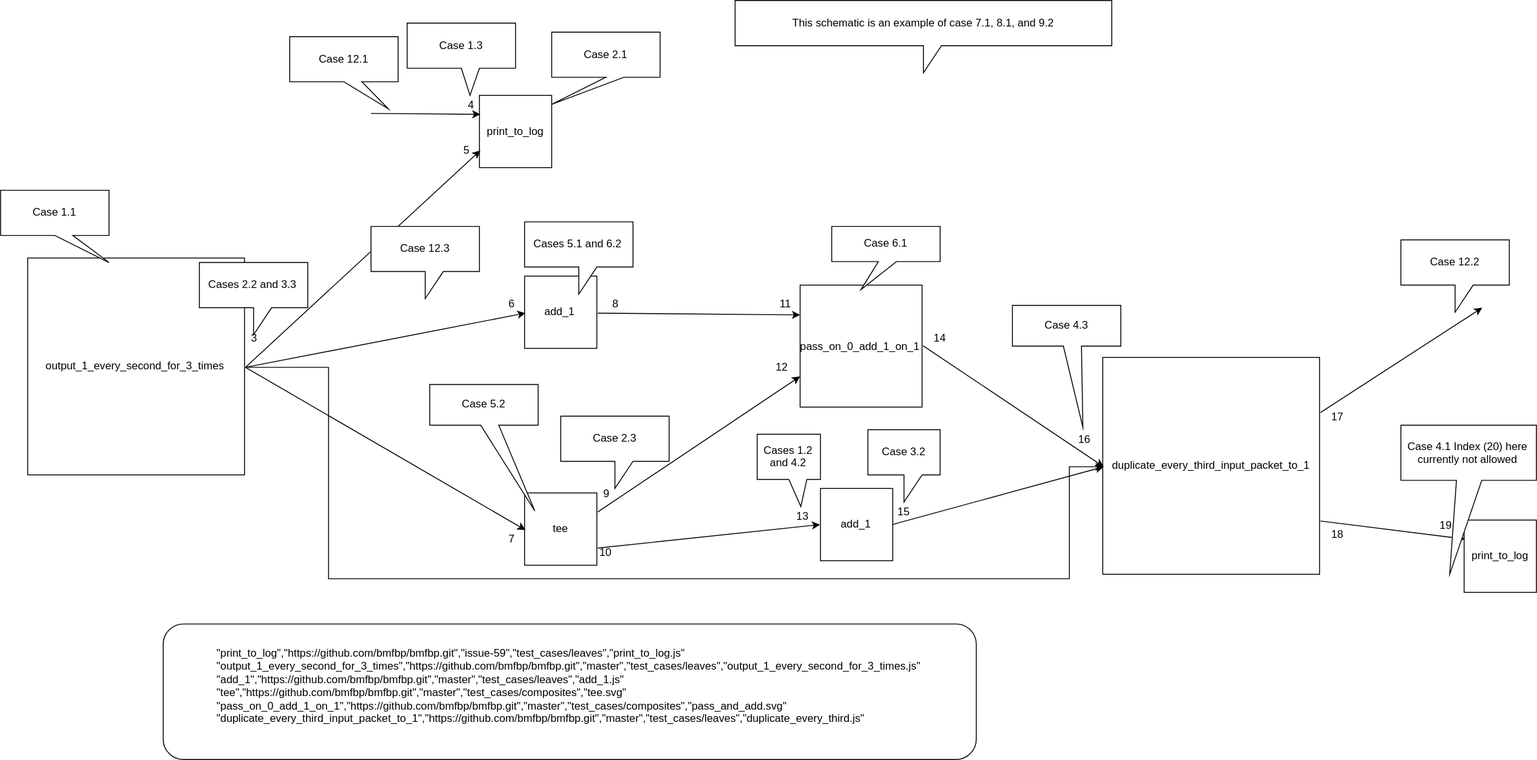
Before: svg/js-compiler/test_diagrams/top_level.svg, a diagram exported from draw.io (bmfbp/bmfbp). Source tidied: cells renumbered, new cells last; positions are measured from the earlier drawing's top-left corner, leaving out a move shared by most shapes.
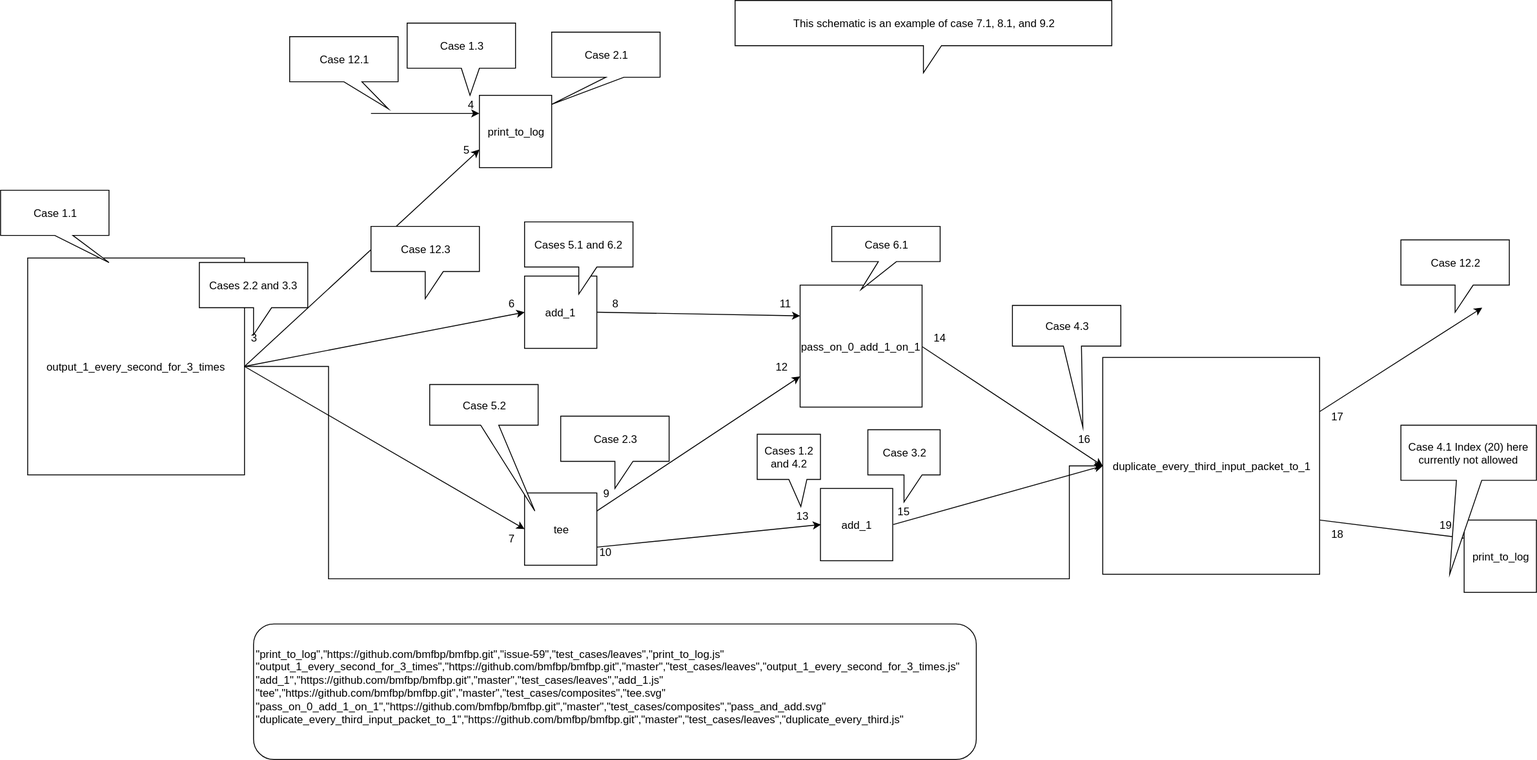
Above is the later version.

Change to the diagram source:
```diff
@@ -157,8 +157,8 @@
     <mxCell id="49" value="This schematic is an example of case 7.1, 8.1, and 9.2" style="shape=callout;whiteSpace=wrap;html=1;perimeter=calloutPerimeter;" parent="1" vertex="1">
       <mxGeometry x="813" width="417" height="80" as="geometry" />
     </mxCell>
-    <mxCell id="50" value="&lt;div style=&quot;text-align: left&quot;&gt;&lt;div&gt;&lt;div&gt;&lt;span&gt;&quot;print_to_log&quot;,&quot;https://github.com/bmfbp/bmfbp.git&quot;,&quot;issue-59&quot;,&quot;test_cases/leaves&quot;,&quot;print_to_log.js&quot;&lt;/span&gt;&lt;/div&gt;&lt;div&gt;&lt;span&gt;&quot;output_1_every_second_for_3_times&quot;,&quot;https://github.com/bmfbp/bmfbp.git&quot;,&quot;master&quot;,&quot;test_cases/leaves&quot;,&quot;output_1_every_second_for_3_times.js&quot;&lt;/span&gt;&lt;/div&gt;&lt;div&gt;&lt;span&gt;&quot;add_1&quot;,&quot;https://github.com/bmfbp/bmfbp.git&quot;,&quot;master&quot;,&quot;test_cases/leaves&quot;,&quot;add_1.js&quot;&lt;/span&gt;&lt;/div&gt;&lt;div&gt;&lt;span&gt;&quot;tee&quot;,&quot;https://github.com/bmfbp/bmfbp.git&quot;,&quot;master&quot;,&quot;test_cases/composites&quot;,&quot;tee.svg&quot;&lt;/span&gt;&lt;/div&gt;&lt;div&gt;&lt;span&gt;&quot;pass_on_0_add_1_on_1&quot;,&quot;https://github.com/bmfbp/bmfbp.git&quot;,&quot;master&quot;,&quot;test_cases/composites&quot;,&quot;pass_and_add.svg&quot;&lt;/span&gt;&lt;/div&gt;&lt;div&gt;&lt;span&gt;&quot;duplicate_every_third_input_packet_to_1&quot;,&quot;https://github.com/bmfbp/bmfbp.git&quot;,&quot;master&quot;,&quot;test_cases/leaves&quot;,&quot;duplicate_every_third.js&quot;&lt;/span&gt;&lt;/div&gt;&lt;/div&gt;&lt;div&gt;&lt;br&gt;&lt;/div&gt;&lt;/div&gt;" style="rounded=1;whiteSpace=wrap;html=1;" parent="1" vertex="1">
-      <mxGeometry x="180" y="690" width="900" height="150" as="geometry" />
+    <mxCell id="50" value="&amp;quot;print_to_log&amp;quot;,&amp;quot;https://github.com/bmfbp/bmfbp.git&amp;quot;,&amp;quot;issue-59&amp;quot;,&amp;quot;test_cases/leaves&amp;quot;,&amp;quot;print_to_log.js&amp;quot;&lt;br&gt;&amp;quot;output_1_every_second_for_3_times&amp;quot;,&amp;quot;https://github.com/bmfbp/bmfbp.git&amp;quot;,&amp;quot;master&amp;quot;,&amp;quot;test_cases/leaves&amp;quot;,&amp;quot;output_1_every_second_for_3_times.js&amp;quot;&lt;br&gt;&amp;quot;add_1&amp;quot;,&amp;quot;https://github.com/bmfbp/bmfbp.git&amp;quot;,&amp;quot;master&amp;quot;,&amp;quot;test_cases/leaves&amp;quot;,&amp;quot;add_1.js&amp;quot;&lt;br&gt;&amp;quot;tee&amp;quot;,&amp;quot;https://github.com/bmfbp/bmfbp.git&amp;quot;,&amp;quot;master&amp;quot;,&amp;quot;test_cases/composites&amp;quot;,&amp;quot;tee.svg&amp;quot;&lt;br&gt;&amp;quot;pass_on_0_add_1_on_1&amp;quot;,&amp;quot;https://github.com/bmfbp/bmfbp.git&amp;quot;,&amp;quot;master&amp;quot;,&amp;quot;test_cases/composites&amp;quot;,&amp;quot;pass_and_add.svg&amp;quot;&lt;br&gt;&amp;quot;duplicate_every_third_input_packet_to_1&amp;quot;,&amp;quot;https://github.com/bmfbp/bmfbp.git&amp;quot;,&amp;quot;master&amp;quot;,&amp;quot;test_cases/leaves&amp;quot;,&amp;quot;duplicate_every_third.js&amp;quot;&lt;br&gt;&lt;br&gt;" style="rounded=1;align=left;whiteSpace=wrap;html=1;" parent="1" vertex="1">
+      <mxGeometry x="280" y="690" width="800" height="150" as="geometry" />
     </mxCell>
     <mxCell id="51" value="print_to_log" style="whiteSpace=wrap;html=1;" parent="1" vertex="1">
       <mxGeometry x="1620" y="575" width="80" height="80" as="geometry" />
```
